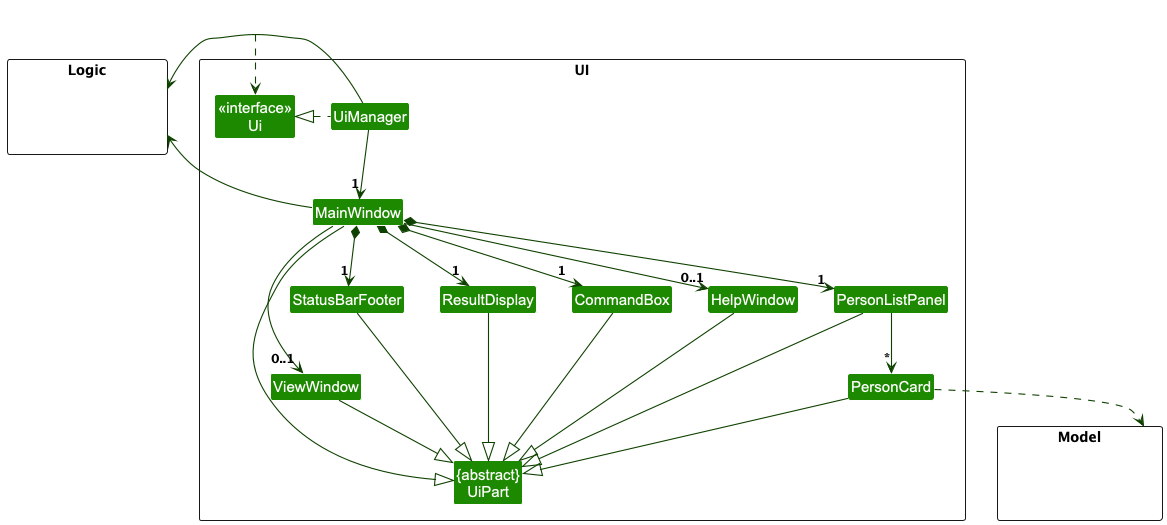
The PlantUML diagram docs/images/UiClassDiagram.png in nus-cs2103-AY2425S1/tp, before a commit.
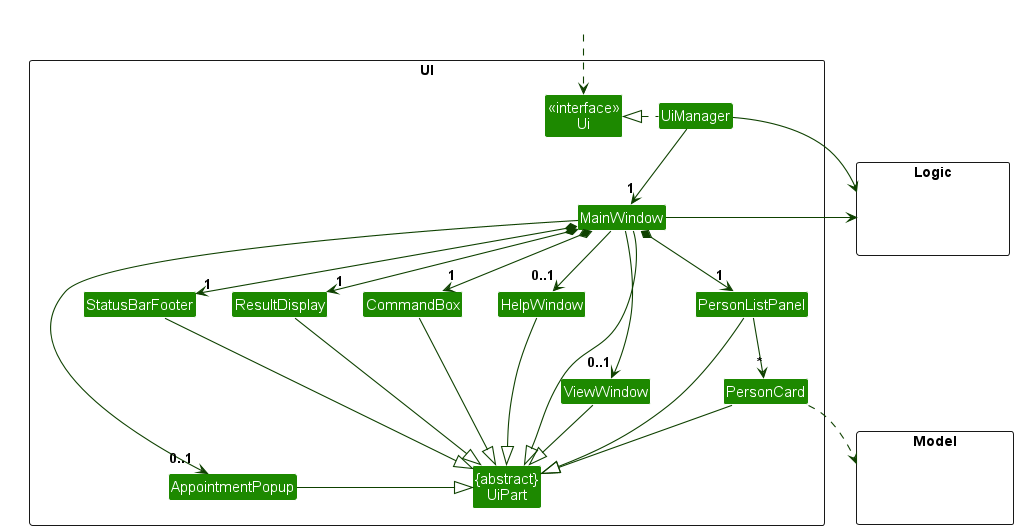
Later version of the same file.

What changed in the source:
```diff
@@ -16,6 +16,7 @@
 Class StatusBarFooter
 Class CommandBox
 Class ViewWindow
+Class AppointmentPopup
 }
 
 package Model <<Rectangle>> {
@@ -37,6 +38,7 @@
 MainWindow *-down-> "1" StatusBarFooter
 MainWindow --> "0..1" ViewWindow
 MainWindow --> "0..1" HelpWindow
+MainWindow --> "0..1" AppointmentPopup
 
 PersonListPanel -down-> "*" PersonCard
 
@@ -49,6 +51,7 @@
 StatusBarFooter --|> UiPart
 HelpWindow --|> UiPart
 ViewWindow -|> UiPart
+AppointmentPopup -|> UiPart
 
 PersonCard ..> Model
 UiManager -right-> Logic
```
